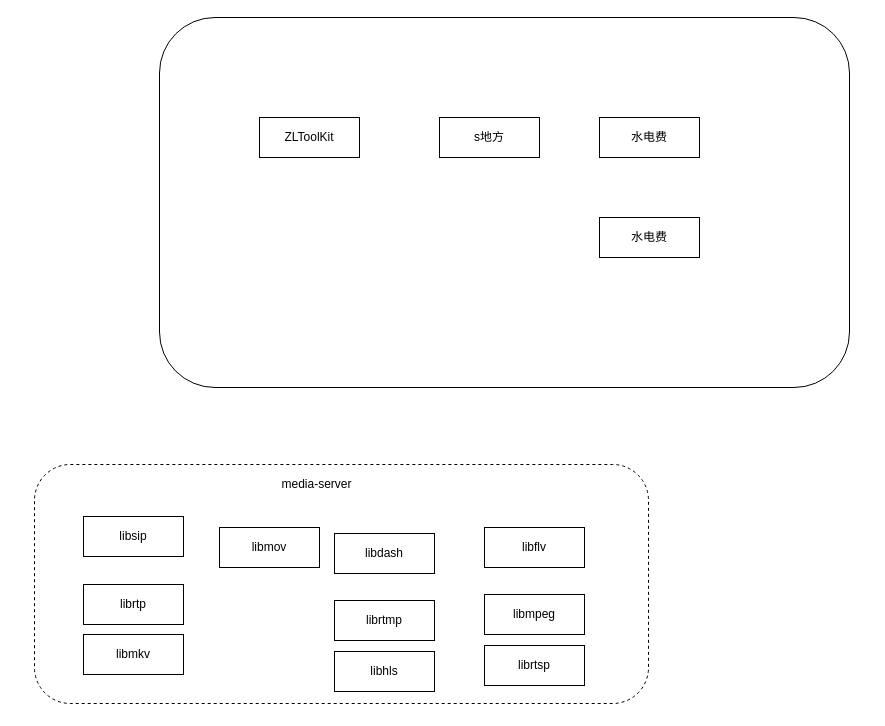
gsmartware/drawio keeps this draw.io diagram as mlink.drawio. Above is the earlier version. Source tidied: cells renumbered, new cells numbered last; positions are measured from the earlier drawing's top-left corner, leaving out a move shared by most shapes. Both pictures are drawn from the tidied source at 100%, with x=0, y=0 at pixel (34, 17).
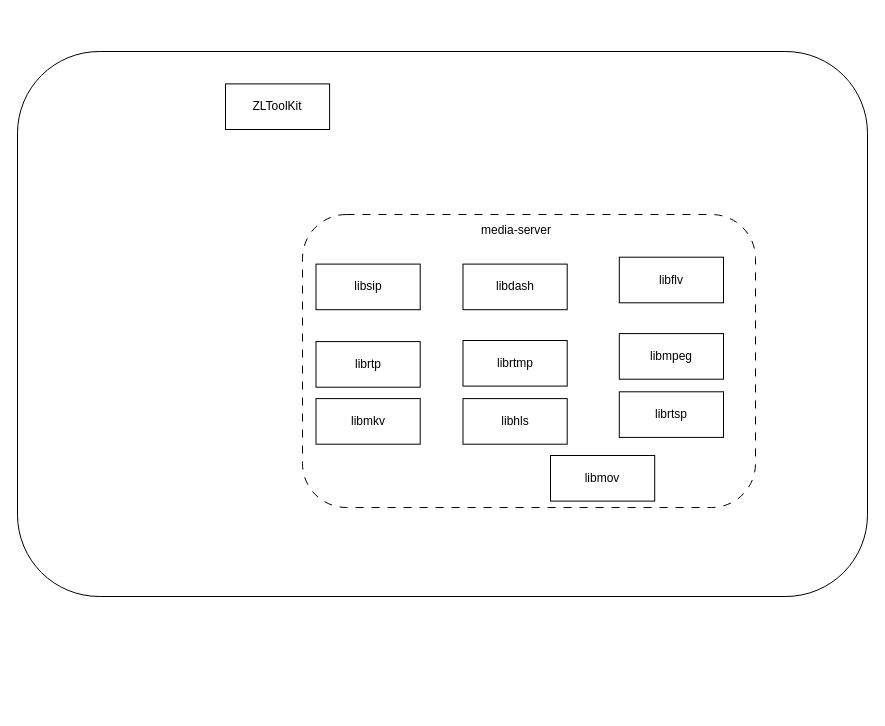
Above is the later version.

What changed in the source:
```diff
@@
 <mxGraphModel>
   <root>
     <mxCell id="0" />
     <mxCell id="1" parent="0" />
-    <mxCell id="2" style="group;" parent="1" vertex="1">
-      <mxGeometry y="447" width="614" height="244" as="geometry" />
-    </mxCell>
-    <mxCell id="3" style="rounded=1;whiteSpace=wrap;html=1;align=center;dashed=1;" parent="2" vertex="1">
-      <mxGeometry width="614" height="239" as="geometry" />
-    </mxCell>
-    <mxCell id="4" value="media-server" style="text;html=1;align=center;verticalAlign=middle;whiteSpace=wrap;rounded=0;" parent="2" vertex="1">
-      <mxGeometry x="213" y="5" width="139" height="30" as="geometry" />
-    </mxCell>
-    <mxCell id="5" value="libsip" style="rounded=0;whiteSpace=wrap;html=1;" parent="2" vertex="1">
-      <mxGeometry x="49" y="52" width="100" height="40" as="geometry" />
-    </mxCell>
-    <mxCell id="6" value="libdash" style="rounded=0;whiteSpace=wrap;html=1;" parent="2" vertex="1">
-      <mxGeometry x="300" y="69" width="100" height="40" as="geometry" />
-    </mxCell>
+    <mxCell id="15" style="rounded=1;whiteSpace=wrap;html=1;" parent="1" vertex="1">
+      <mxGeometry x="-17" y="34" width="850" height="545" as="geometry" />
+    </mxCell>
+    <mxCell id="16" value="ZLToolKit" style="rounded=0;whiteSpace=wrap;html=1;" parent="1" vertex="1">
+      <mxGeometry x="191" y="66.4" width="104.1" height="45.6" as="geometry" />
+    </mxCell>
+    <mxCell id="20" style="rounded=1;whiteSpace=wrap;html=1;dashed=1;dashPattern=8 8;" parent="1" vertex="1">
+      <mxGeometry x="268" y="197" width="453" height="293" as="geometry" />
+    </mxCell>
-    <mxCell id="7" value="libflv" style="rounded=0;whiteSpace=wrap;html=1;" parent="2" vertex="1">
-      <mxGeometry x="450" y="63" width="100" height="40" as="geometry" />
+    <mxCell id="7" value="libflv" style="rounded=0;whiteSpace=wrap;html=1;" parent="1" vertex="1">
+      <mxGeometry x="584.8" y="239.7" width="104.2" height="45.6" as="geometry" />
     </mxCell>
-    <mxCell id="8" value="libmkv" style="rounded=0;whiteSpace=wrap;html=1;" parent="2" vertex="1">
-      <mxGeometry x="49" y="170" width="100" height="40" as="geometry" />
+    <mxCell id="8" value="libmkv" style="rounded=0;whiteSpace=wrap;html=1;" parent="1" vertex="1">
+      <mxGeometry x="281.5" y="381.1" width="104.2" height="45.6" as="geometry" />
     </mxCell>
-    <mxCell id="9" value="libhls" style="rounded=0;whiteSpace=wrap;html=1;" parent="2" vertex="1">
-      <mxGeometry x="300" y="187" width="100" height="40" as="geometry" />
+    <mxCell id="9" value="libhls" style="rounded=0;whiteSpace=wrap;html=1;" parent="1" vertex="1">
+      <mxGeometry x="428.5" y="381.1" width="104.2" height="45.6" as="geometry" />
     </mxCell>
-    <mxCell id="10" value="libmov" style="rounded=0;whiteSpace=wrap;html=1;" parent="2" vertex="1">
-      <mxGeometry x="185" y="63" width="100" height="40" as="geometry" />
+    <mxCell id="10" value="libmov" style="rounded=0;whiteSpace=wrap;html=1;" parent="1" vertex="1">
+      <mxGeometry x="516" y="438" width="104.2" height="45.6" as="geometry" />
     </mxCell>
-    <mxCell id="11" value="libmpeg" style="rounded=0;whiteSpace=wrap;html=1;" parent="2" vertex="1">
-      <mxGeometry x="450" y="130" width="100" height="40" as="geometry" />
+    <mxCell id="11" value="libmpeg" style="rounded=0;whiteSpace=wrap;html=1;" parent="1" vertex="1">
+      <mxGeometry x="584.8" y="316.1" width="104.2" height="45.6" as="geometry" />
     </mxCell>
-    <mxCell id="12" value="librtmp" style="rounded=0;whiteSpace=wrap;html=1;" parent="2" vertex="1">
-      <mxGeometry x="300" y="136" width="100" height="40" as="geometry" />
+    <mxCell id="12" value="librtmp" style="rounded=0;whiteSpace=wrap;html=1;" parent="1" vertex="1">
+      <mxGeometry x="428.5" y="323" width="104.2" height="45.6" as="geometry" />
     </mxCell>
-    <mxCell id="13" value="librtp" style="rounded=0;whiteSpace=wrap;html=1;" parent="2" vertex="1">
-      <mxGeometry x="49" y="120" width="100" height="40" as="geometry" />
+    <mxCell id="13" value="librtp" style="rounded=0;whiteSpace=wrap;html=1;" parent="1" vertex="1">
+      <mxGeometry x="281.5" y="324.1" width="104.2" height="45.6" as="geometry" />
     </mxCell>
-    <mxCell id="14" value="librtsp" style="rounded=0;whiteSpace=wrap;html=1;" parent="2" vertex="1">
-      <mxGeometry x="450" y="181" width="100" height="40" as="geometry" />
+    <mxCell id="14" value="librtsp" style="rounded=0;whiteSpace=wrap;html=1;" parent="1" vertex="1">
+      <mxGeometry x="584.8" y="374.3" width="104.2" height="45.6" as="geometry" />
     </mxCell>
-    <mxCell id="15" style="rounded=1;whiteSpace=wrap;html=1;" parent="1" vertex="1">
-      <mxGeometry x="125" width="690" height="370" as="geometry" />
-    </mxCell>
-    <mxCell id="16" value="ZLToolKit" style="rounded=0;whiteSpace=wrap;html=1;" parent="1" vertex="1">
-      <mxGeometry x="225" y="100" width="100" height="40" as="geometry" />
-    </mxCell>
-    <mxCell id="17" value="s地方" style="rounded=0;whiteSpace=wrap;html=1;" parent="1" vertex="1">
-      <mxGeometry x="405" y="100" width="100" height="40" as="geometry" />
-    </mxCell>
-    <mxCell id="18" value="水电费" style="rounded=0;whiteSpace=wrap;html=1;" parent="1" vertex="1">
-      <mxGeometry x="565" y="200" width="100" height="40" as="geometry" />
-    </mxCell>
-    <mxCell id="19" value="水电费" style="rounded=0;whiteSpace=wrap;html=1;" parent="1" vertex="1">
-      <mxGeometry x="565" y="100" width="100" height="40" as="geometry" />
-    </mxCell>
+    <mxCell id="4" value="media-server" style="text;html=1;align=center;verticalAlign=middle;whiteSpace=wrap;rounded=0;" parent="1" vertex="1">
+      <mxGeometry x="410.5" y="197.5" width="141.5" height="31.9" as="geometry" />
+    </mxCell>
+    <mxCell id="5" value="libsip" style="rounded=0;whiteSpace=wrap;html=1;" parent="1" vertex="1">
+      <mxGeometry x="281.5" y="246.6" width="104.2" height="45.6" as="geometry" />
+    </mxCell>
+    <mxCell id="6" value="libdash" style="rounded=0;whiteSpace=wrap;html=1;" parent="1" vertex="1">
+      <mxGeometry x="428.5" y="246.6" width="104.2" height="45.6" as="geometry" />
+    </mxCell>
   </root>
 </mxGraphModel>
```
